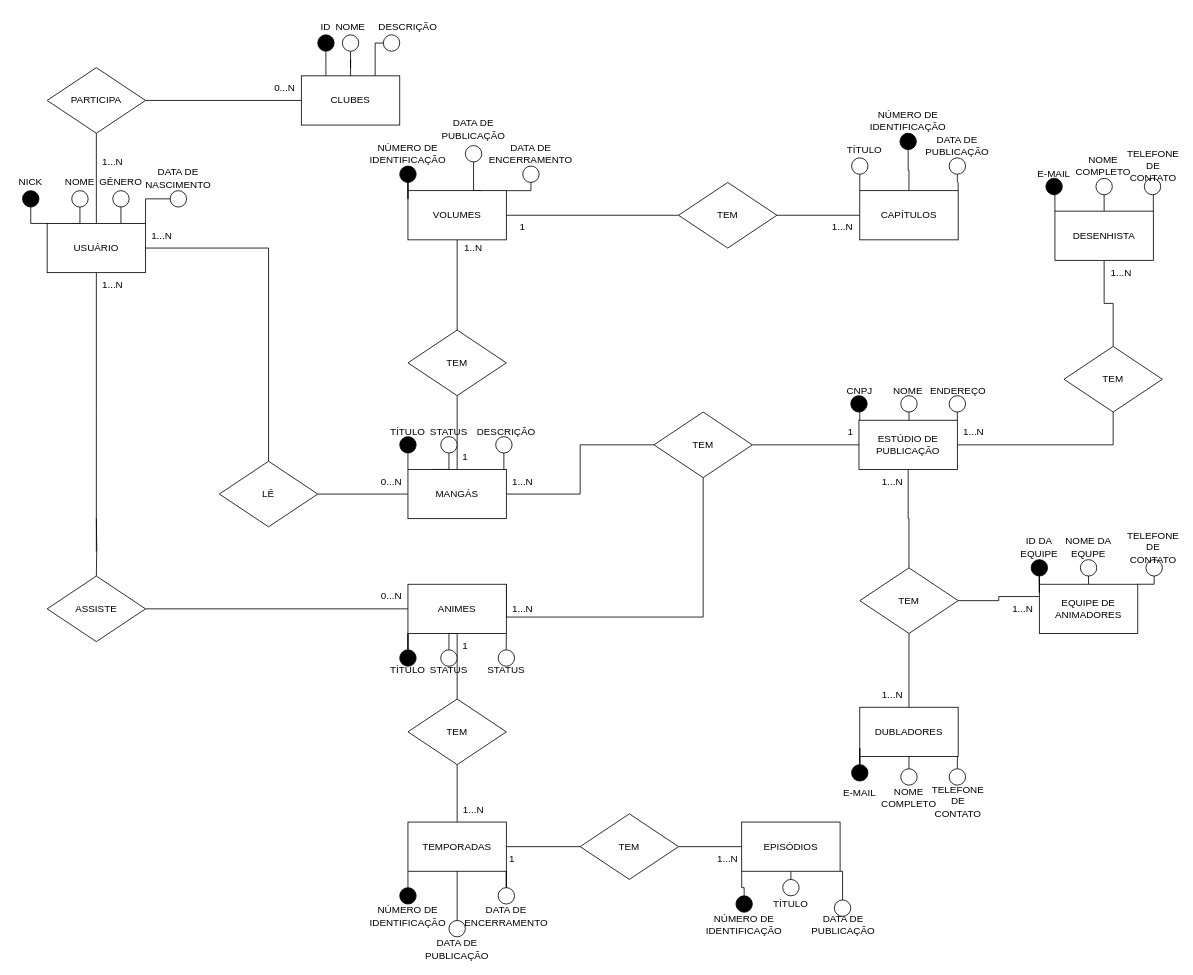
Before: Trabalho1.drawio in IsaacDMzk/Projeto-Banco-De-Dados, a draw.io diagram. Source tidied: cells renumbered, new cells numbered last; positions are measured from the earlier drawing's top-left corner, leaving out a move shared by most shapes. Both pictures are drawn from the tidied source at 82%, with x=0, y=0 at pixel (14, 14).
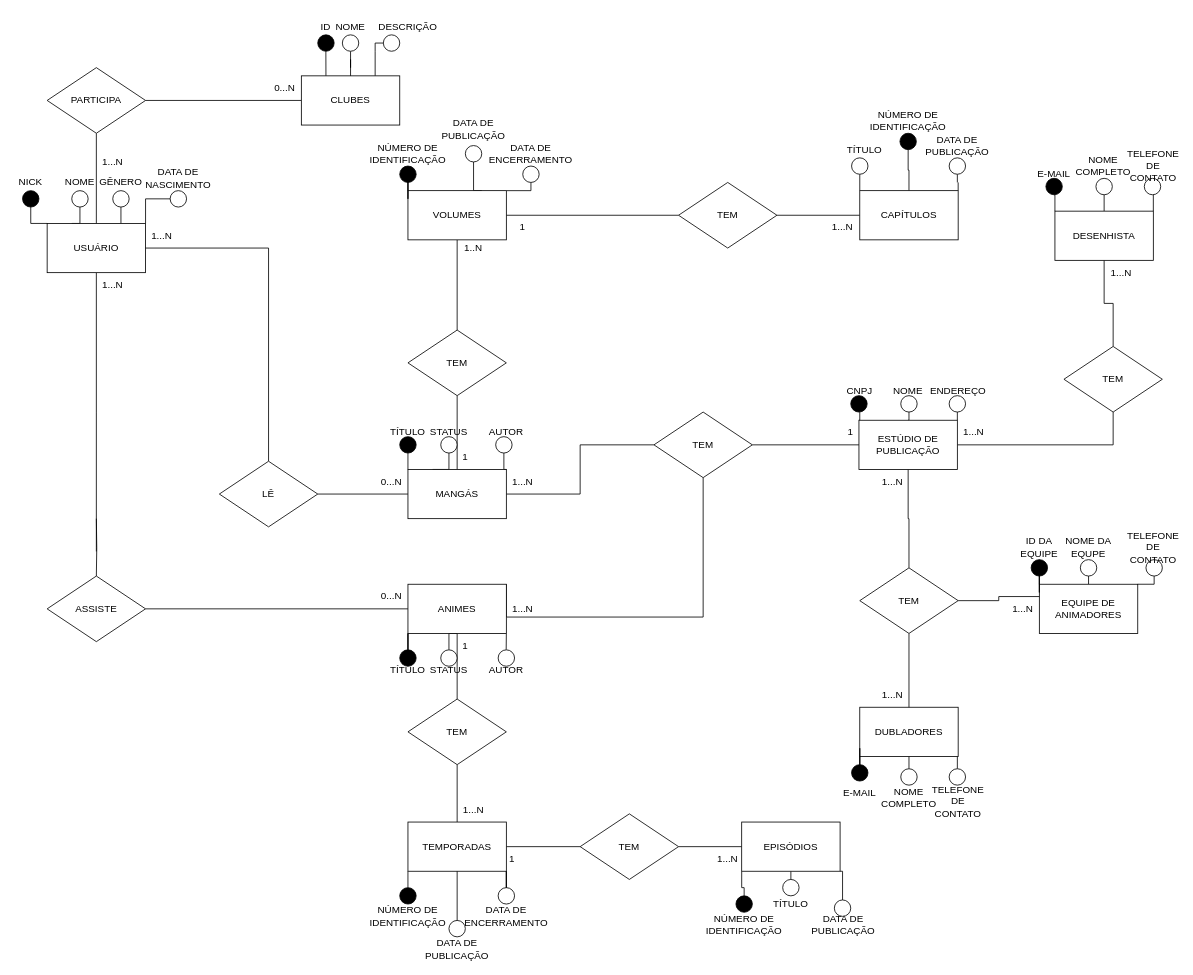
The same diagram, later.

Diff of the diagram source:
```diff
@@
-    <mxCell id="97" value="DESCRIÇÃO" style="text;html=1;strokeColor=none;fillColor=none;align=center;verticalAlign=middle;whiteSpace=wrap;rounded=0;" parent="1" vertex="1">
+    <mxCell id="97" value="AUTOR" style="text;html=1;strokeColor=none;fillColor=none;align=center;verticalAlign=middle;whiteSpace=wrap;rounded=0;" parent="1" vertex="1">
       <mxGeometry x="570" y="495" width="60" height="30" as="geometry" />
     </mxCell>
@@
-    <mxCell id="121" value="STATUS" style="text;html=1;strokeColor=none;fillColor=none;align=center;verticalAlign=middle;whiteSpace=wrap;rounded=0;" parent="1" vertex="1">
+    <mxCell id="121" value="AUTOR" style="text;html=1;strokeColor=none;fillColor=none;align=center;verticalAlign=middle;whiteSpace=wrap;rounded=0;" parent="1" vertex="1">
       <mxGeometry x="570" y="785" width="60" height="30" as="geometry" />
     </mxCell>
```
